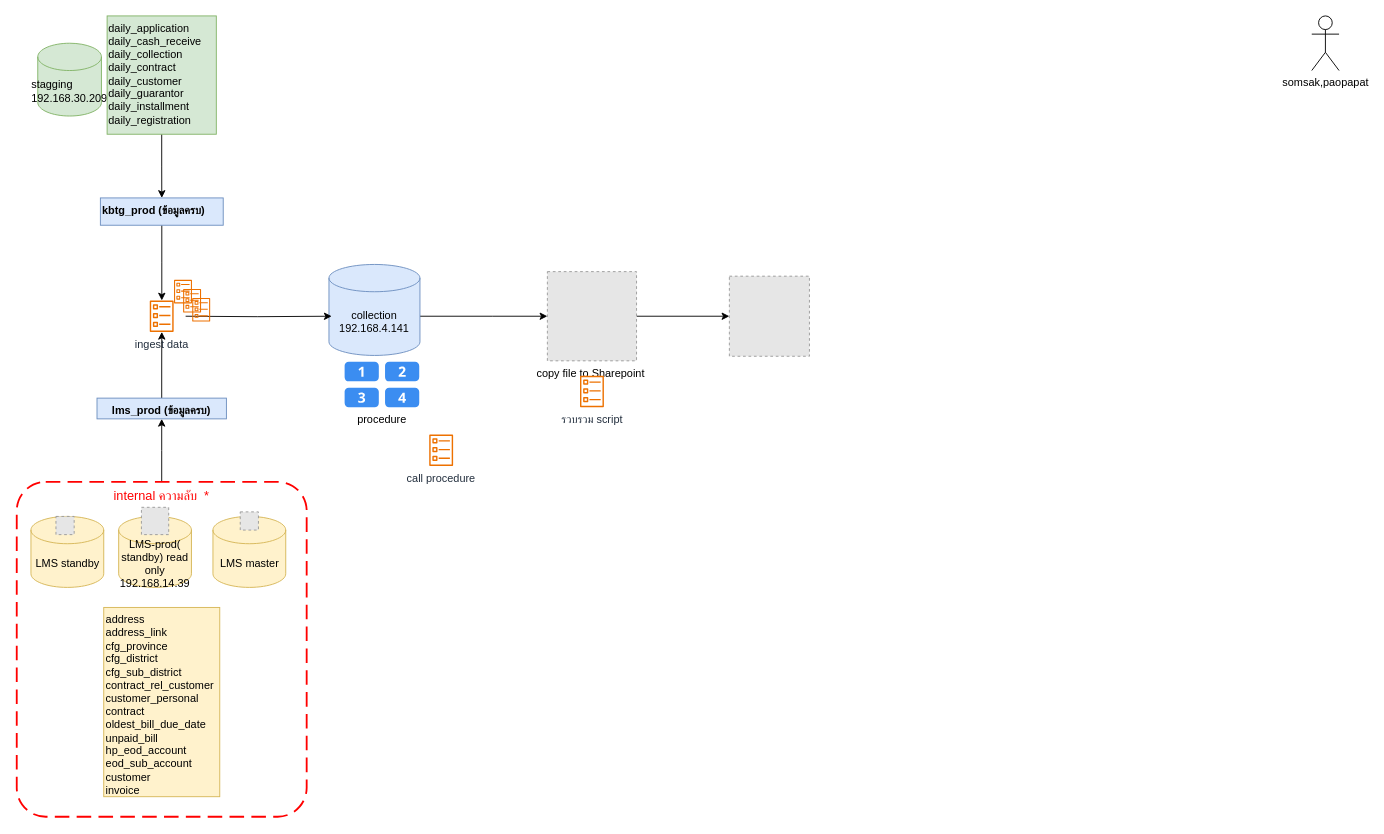
The draw.io diagram page "collection" (1 of 2) of share_collection.drawio in monliepops/drawio, before the edit. Source tidied: cells renumbered, new cells numbered last; positions are measured from the earlier drawing's top-left corner, leaving out a move shared by most shapes. Both pictures are drawn from the tidied source at 91%, with x=0, y=0 at pixel (16, 15). Pictures stored in the file or linked from it are replaced by grey dashed boxes.
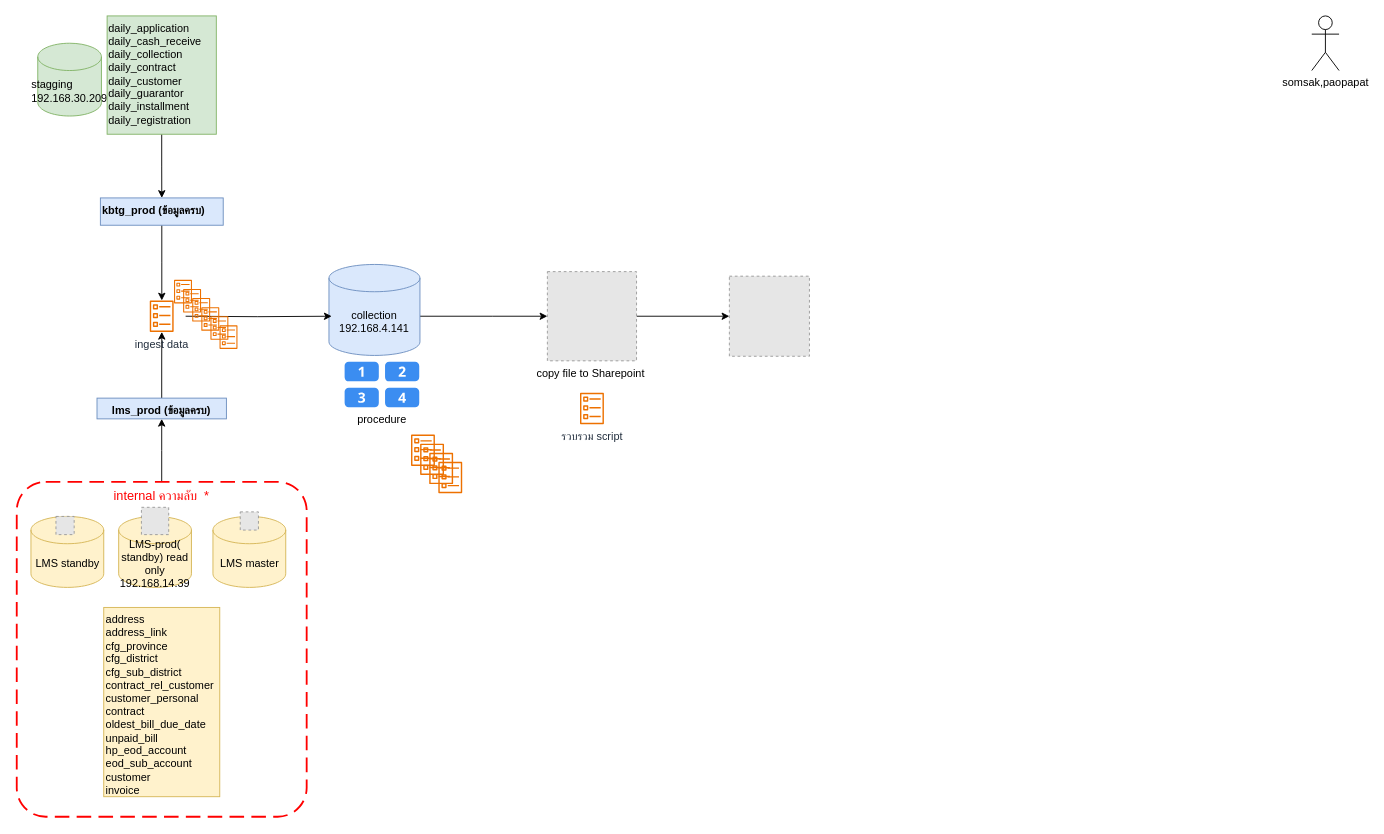
The same page after the edit.

The edit, as a diff of the source:
```diff
@@
-    <mxCell id="27" value="call procedure" style="sketch=0;fontColor=#232F3E;gradientColor=none;fillColor=#ED7100;strokeColor=none;dashed=0;verticalLabelPosition=bottom;verticalAlign=top;align=center;html=1;fontSize=12;fontStyle=0;shape=mxgraph.aws4.ecs_task;" parent="1" vertex="1">
-      <mxGeometry x="453" y="460" width="26.6" height="34.5" as="geometry" />
+    <mxCell id="27" style="sketch=0;fontColor=#232F3E;gradientColor=none;fillColor=#ED7100;strokeColor=none;dashed=0;verticalLabelPosition=bottom;verticalAlign=top;align=center;html=1;fontSize=12;fontStyle=0;shape=mxgraph.aws4.ecs_task;" parent="1" vertex="1">
+      <mxGeometry x="433" y="460" width="26.6" height="34.5" as="geometry" />
     </mxCell>
     <mxCell id="28" value="รวบรวม script" style="sketch=0;fontColor=#232F3E;gradientColor=none;fillColor=#ED7100;strokeColor=none;dashed=0;verticalLabelPosition=bottom;verticalAlign=top;align=center;html=1;fontSize=12;fontStyle=0;shape=mxgraph.aws4.ecs_task;" parent="1" vertex="1">
-      <mxGeometry x="618.7" y="395.5" width="26.6" height="34.5" as="geometry" />
+      <mxGeometry x="618.7" y="414.1" width="26.6" height="34.5" as="geometry" />
     </mxCell>
@@
+    <mxCell id="32" style="sketch=0;fontColor=#232F3E;gradientColor=none;fillColor=#ED7100;strokeColor=none;dashed=0;verticalLabelPosition=bottom;verticalAlign=top;align=center;html=1;fontSize=12;fontStyle=0;shape=mxgraph.aws4.ecs_task;" parent="1" vertex="1">
+      <mxGeometry x="443" y="470" width="26.6" height="34.5" as="geometry" />
+    </mxCell>
+    <mxCell id="33" style="sketch=0;fontColor=#232F3E;gradientColor=none;fillColor=#ED7100;strokeColor=none;dashed=0;verticalLabelPosition=bottom;verticalAlign=top;align=center;html=1;fontSize=12;fontStyle=0;shape=mxgraph.aws4.ecs_task;" parent="1" vertex="1">
+      <mxGeometry x="453" y="480" width="26.6" height="34.5" as="geometry" />
+    </mxCell>
+    <mxCell id="34" style="sketch=0;fontColor=#232F3E;gradientColor=none;fillColor=#ED7100;strokeColor=none;dashed=0;verticalLabelPosition=bottom;verticalAlign=top;align=center;html=1;fontSize=12;fontStyle=0;shape=mxgraph.aws4.ecs_task;" parent="1" vertex="1">
+      <mxGeometry x="463" y="490" width="26.6" height="34.5" as="geometry" />
+    </mxCell>
+    <mxCell id="35" style="sketch=0;fontColor=#232F3E;gradientColor=none;fillColor=#ED7100;strokeColor=none;dashed=0;verticalLabelPosition=bottom;verticalAlign=top;align=center;html=1;fontSize=12;fontStyle=0;shape=mxgraph.aws4.ecs_task;" parent="1" vertex="1">
+      <mxGeometry x="202.6" y="320" width="20" height="25.9" as="geometry" />
+    </mxCell>
+    <mxCell id="36" style="sketch=0;fontColor=#232F3E;gradientColor=none;fillColor=#ED7100;strokeColor=none;dashed=0;verticalLabelPosition=bottom;verticalAlign=top;align=center;html=1;fontSize=12;fontStyle=0;shape=mxgraph.aws4.ecs_task;" parent="1" vertex="1">
+      <mxGeometry x="212.6" y="330" width="20" height="25.9" as="geometry" />
+    </mxCell>
+    <mxCell id="37" style="sketch=0;fontColor=#232F3E;gradientColor=none;fillColor=#ED7100;strokeColor=none;dashed=0;verticalLabelPosition=bottom;verticalAlign=top;align=center;html=1;fontSize=12;fontStyle=0;shape=mxgraph.aws4.ecs_task;" parent="1" vertex="1">
+      <mxGeometry x="222.6" y="340" width="20" height="25.9" as="geometry" />
+    </mxCell>
```
